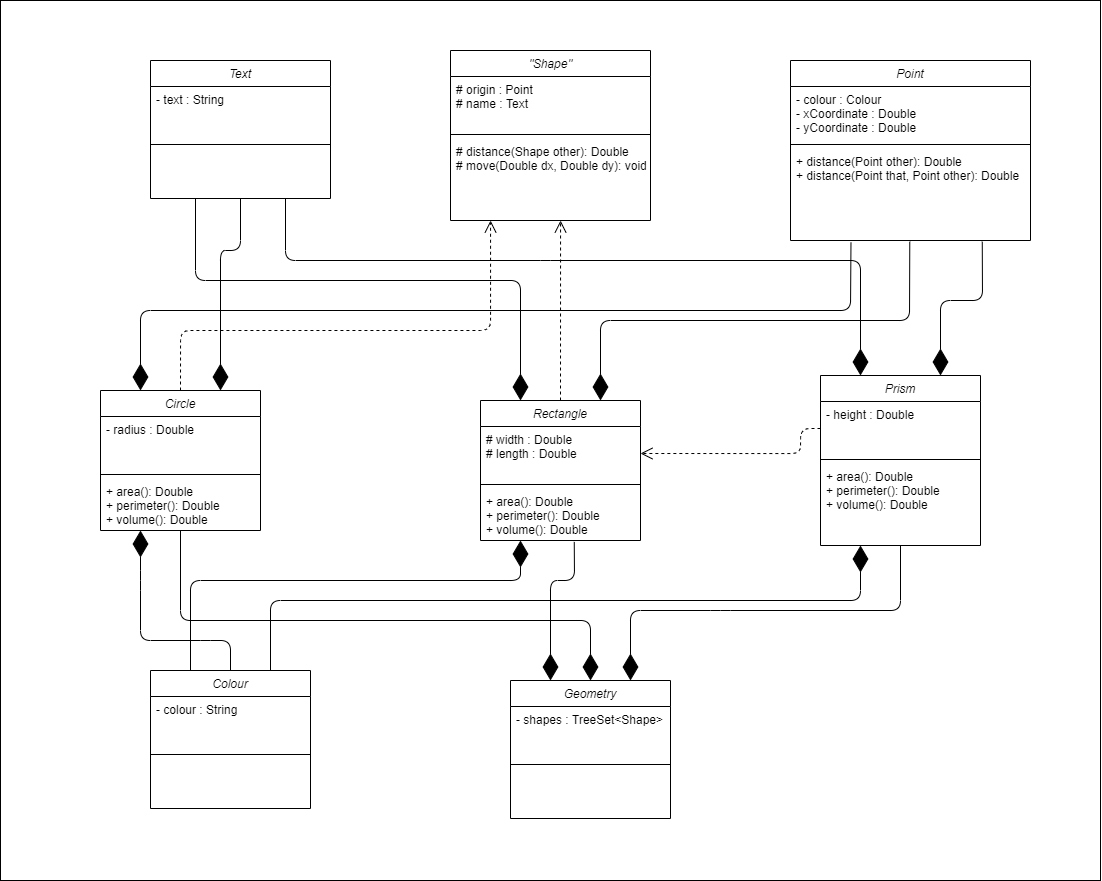
Above: assignment4/exercise1/UMLexercise1.png in TheJade/ENSF409 (draw.io), before the change. Source tidied: cells renumbered, new cells last; positions are measured from the earlier drawing's top-left corner, leaving out a move shared by most shapes. Its diagram source:
```xml
<mxGraphModel>
  <root>
    <mxCell id="0" />
    <mxCell id="1" parent="0" />
    <mxCell id="2" style="rounded=0;whiteSpace=wrap;html=1;" parent="1" vertex="1">
      <mxGeometry width="1100" height="880" as="geometry" />
    </mxCell>
    <mxCell id="3" value="Circle" style="swimlane;fontStyle=2;align=center;verticalAlign=top;horizontal=1;startSize=26;rounded=0;shadow=0;strokeWidth=1;" parent="1" vertex="1">
      <mxGeometry x="100" y="390" width="160" height="140" as="geometry" />
    </mxCell>
    <mxCell id="4" value="- radius : Double" style="text;align=left;verticalAlign=top;spacingLeft=4;spacingRight=4;overflow=hidden;" parent="3" vertex="1">
      <mxGeometry y="26" width="160" height="54" as="geometry" />
    </mxCell>
    <mxCell id="5" style="line;html=1;strokeWidth=1;align=left;verticalAlign=middle;spacingTop=-1;spacingLeft=3;spacingRight=3;labelPosition=right;" parent="3" vertex="1">
      <mxGeometry y="80" width="160" height="8" as="geometry" />
    </mxCell>
    <mxCell id="6" value="+ area(): Double&#10;+ perimeter(): Double&#10;+ volume(): Double&#10;" style="text;align=left;verticalAlign=top;spacingLeft=4;spacingRight=4;overflow=hidden;" parent="3" vertex="1">
      <mxGeometry y="88" width="160" height="52" as="geometry" />
    </mxCell>
    <mxCell id="7" value="Colour" style="swimlane;fontStyle=2;align=center;verticalAlign=top;horizontal=1;startSize=26;rounded=0;shadow=0;strokeWidth=1;" parent="1" vertex="1">
      <mxGeometry x="150" y="670" width="160" height="138" as="geometry" />
    </mxCell>
    <mxCell id="8" value="- colour : String" style="text;align=left;verticalAlign=top;spacingLeft=4;spacingRight=4;overflow=hidden;" parent="7" vertex="1">
      <mxGeometry y="26" width="160" height="54" as="geometry" />
    </mxCell>
    <mxCell id="9" style="line;html=1;strokeWidth=1;align=left;verticalAlign=middle;spacingTop=-1;spacingLeft=3;spacingRight=3;labelPosition=right;" parent="7" vertex="1">
      <mxGeometry y="80" width="160" height="8" as="geometry" />
    </mxCell>
    <mxCell id="10" value=" " style="text;align=left;verticalAlign=top;spacingLeft=4;spacingRight=4;overflow=hidden;" parent="7" vertex="1">
      <mxGeometry y="88" width="160" height="26" as="geometry" />
    </mxCell>
    <mxCell id="11" value="Geometry" style="swimlane;fontStyle=2;align=center;verticalAlign=top;horizontal=1;startSize=26;rounded=0;shadow=0;strokeWidth=1;" parent="1" vertex="1">
      <mxGeometry x="510" y="680" width="160" height="138" as="geometry" />
    </mxCell>
    <mxCell id="12" value="- shapes : TreeSet&lt;Shape&gt;" style="text;align=left;verticalAlign=top;spacingLeft=4;spacingRight=4;overflow=hidden;" parent="11" vertex="1">
      <mxGeometry y="26" width="160" height="54" as="geometry" />
    </mxCell>
    <mxCell id="13" style="line;html=1;strokeWidth=1;align=left;verticalAlign=middle;spacingTop=-1;spacingLeft=3;spacingRight=3;labelPosition=right;" parent="11" vertex="1">
      <mxGeometry y="80" width="160" height="8" as="geometry" />
    </mxCell>
    <mxCell id="14" value=" " style="text;align=left;verticalAlign=top;spacingLeft=4;spacingRight=4;overflow=hidden;" parent="11" vertex="1">
      <mxGeometry y="88" width="160" height="26" as="geometry" />
    </mxCell>
    <mxCell id="15" value="Point" style="swimlane;fontStyle=2;align=center;verticalAlign=top;horizontal=1;startSize=26;rounded=0;shadow=0;strokeWidth=1;" parent="1" vertex="1">
      <mxGeometry x="790" y="60" width="240" height="180" as="geometry" />
    </mxCell>
    <mxCell id="16" value="- colour : Colour&#10;- xCoordinate : Double&#10;- yCoordinate : Double" style="text;align=left;verticalAlign=top;spacingLeft=4;spacingRight=4;overflow=hidden;" parent="15" vertex="1">
      <mxGeometry y="26" width="240" height="54" as="geometry" />
    </mxCell>
    <mxCell id="17" style="line;html=1;strokeWidth=1;align=left;verticalAlign=middle;spacingTop=-1;spacingLeft=3;spacingRight=3;labelPosition=right;" parent="15" vertex="1">
      <mxGeometry y="80" width="240" height="8" as="geometry" />
    </mxCell>
    <mxCell id="18" value="+ distance(Point other): Double&#10;+ distance(Point that, Point other): Double&#10;" style="text;align=left;verticalAlign=top;spacingLeft=4;spacingRight=4;overflow=hidden;points=[[0,0.5],[1,0.5]];portConstraint=eastwest;" parent="15" vertex="1">
      <mxGeometry y="88" width="240" height="92" as="geometry" />
    </mxCell>
    <mxCell id="19" value="Prism" style="swimlane;fontStyle=2;align=center;verticalAlign=top;horizontal=1;startSize=26;rounded=0;shadow=0;strokeWidth=1;" parent="1" vertex="1">
      <mxGeometry x="820" y="375" width="160" height="170" as="geometry" />
    </mxCell>
    <mxCell id="20" value="- height : Double" style="text;align=left;verticalAlign=top;spacingLeft=4;spacingRight=4;overflow=hidden;points=[[0,0.5],[1,0.5]];portConstraint=eastwest;" parent="19" vertex="1">
      <mxGeometry y="26" width="160" height="54" as="geometry" />
    </mxCell>
    <mxCell id="21" style="line;html=1;strokeWidth=1;align=left;verticalAlign=middle;spacingTop=-1;spacingLeft=3;spacingRight=3;labelPosition=right;" parent="19" vertex="1">
      <mxGeometry y="80" width="160" height="8" as="geometry" />
    </mxCell>
    <mxCell id="22" value="+ area(): Double&#10;+ perimeter(): Double&#10;+ volume(): Double" style="text;align=left;verticalAlign=top;spacingLeft=4;spacingRight=4;overflow=hidden;" parent="19" vertex="1">
      <mxGeometry y="88" width="160" height="82" as="geometry" />
    </mxCell>
    <mxCell id="23" value="Rectangle" style="swimlane;fontStyle=2;align=center;verticalAlign=top;horizontal=1;startSize=26;rounded=0;shadow=0;strokeWidth=1;" parent="1" vertex="1">
      <mxGeometry x="480" y="400" width="160" height="140" as="geometry" />
    </mxCell>
    <mxCell id="24" value="# width : Double&#10;# length : Double" style="text;align=left;verticalAlign=top;spacingLeft=4;spacingRight=4;overflow=hidden;points=[[0,0.5],[1,0.5]];portConstraint=eastwest;" parent="23" vertex="1">
      <mxGeometry y="26" width="160" height="54" as="geometry" />
    </mxCell>
    <mxCell id="25" style="line;html=1;strokeWidth=1;align=left;verticalAlign=middle;spacingTop=-1;spacingLeft=3;spacingRight=3;labelPosition=right;" parent="23" vertex="1">
      <mxGeometry y="80" width="160" height="8" as="geometry" />
    </mxCell>
    <mxCell id="26" value="+ area(): Double&#10;+ perimeter(): Double&#10;+ volume(): Double&#10;" style="text;align=left;verticalAlign=top;spacingLeft=4;spacingRight=4;overflow=hidden;points=[[0,0.5],[1,0.5]];portConstraint=eastwest;" parent="23" vertex="1">
      <mxGeometry y="88" width="160" height="52" as="geometry" />
    </mxCell>
    <mxCell id="27" value="&quot;Shape&quot;" style="swimlane;fontStyle=2;align=center;verticalAlign=top;horizontal=1;startSize=26;rounded=0;shadow=0;strokeWidth=1;" parent="1" vertex="1">
      <mxGeometry x="450" y="50" width="200" height="170" as="geometry" />
    </mxCell>
    <mxCell id="28" value="# origin : Point&#10;# name : Text" style="text;align=left;verticalAlign=top;spacingLeft=4;spacingRight=4;overflow=hidden;" parent="27" vertex="1">
      <mxGeometry y="26" width="200" height="54" as="geometry" />
    </mxCell>
    <mxCell id="29" style="line;html=1;strokeWidth=1;align=left;verticalAlign=middle;spacingTop=-1;spacingLeft=3;spacingRight=3;labelPosition=right;" parent="27" vertex="1">
      <mxGeometry y="80" width="200" height="8" as="geometry" />
    </mxCell>
    <mxCell id="30" value="# distance(Shape other): Double&#10;# move(Double dx, Double dy): void" style="text;align=left;verticalAlign=top;spacingLeft=4;spacingRight=4;overflow=hidden;" parent="27" vertex="1">
      <mxGeometry y="88" width="200" height="82" as="geometry" />
    </mxCell>
    <mxCell id="31" value="Text" style="swimlane;fontStyle=2;align=center;verticalAlign=top;horizontal=1;startSize=26;rounded=0;shadow=0;strokeWidth=1;" parent="1" vertex="1">
      <mxGeometry x="150" y="60" width="180" height="138" as="geometry" />
    </mxCell>
    <mxCell id="32" value="- text : String" style="text;align=left;verticalAlign=top;spacingLeft=4;spacingRight=4;overflow=hidden;" parent="31" vertex="1">
      <mxGeometry y="26" width="180" height="54" as="geometry" />
    </mxCell>
    <mxCell id="33" style="line;html=1;strokeWidth=1;align=left;verticalAlign=middle;spacingTop=-1;spacingLeft=3;spacingRight=3;labelPosition=right;" parent="31" vertex="1">
      <mxGeometry y="80" width="180" height="8" as="geometry" />
    </mxCell>
    <mxCell id="34" style="endArrow=open;dashed=1;html=1;exitX=0.5;exitY=0;exitDx=0;exitDy=0;edgeStyle=orthogonalEdgeStyle;endFill=0;startSize=6;endSize=10;" parent="1" edge="1" source="23">
      <mxGeometry relative="1" as="geometry">
        <mxPoint x="560" y="220" as="targetPoint" />
        <Array as="points">
          <mxPoint x="560" y="220" />
        </Array>
      </mxGeometry>
    </mxCell>
    <mxCell id="35" style="endArrow=open;dashed=1;html=1;exitX=0.5;exitY=0;exitDx=0;exitDy=0;edgeStyle=orthogonalEdgeStyle;endFill=0;startSize=6;endSize=10;" parent="1" edge="1" source="3">
      <mxGeometry relative="1" as="geometry">
        <mxPoint x="490" y="220" as="targetPoint" />
        <Array as="points">
          <mxPoint x="180" y="330" />
          <mxPoint x="490" y="330" />
          <mxPoint x="490" y="220" />
        </Array>
      </mxGeometry>
    </mxCell>
    <mxCell id="36" style="endArrow=open;dashed=1;html=1;exitX=0;exitY=0.5;exitDx=0;exitDy=0;edgeStyle=orthogonalEdgeStyle;endFill=0;startSize=6;endSize=10;entryX=1;entryY=0.5;entryDx=0;entryDy=0;" parent="1" edge="1" source="20" target="24">
      <mxGeometry relative="1" as="geometry">
        <Array as="points">
          <mxPoint x="800" y="428" />
          <mxPoint x="800" y="453" />
        </Array>
      </mxGeometry>
    </mxCell>
    <mxCell id="37" style="endArrow=diamondThin;endFill=1;endSize=24;html=1;exitX=0.586;exitY=1.027;exitDx=0;exitDy=0;entryX=0.25;entryY=0;entryDx=0;entryDy=0;exitPerimeter=0;" parent="1" edge="1" source="26" target="11">
      <mxGeometry relative="1" as="geometry">
        <Array as="points">
          <mxPoint x="574" y="580" />
          <mxPoint x="550" y="580" />
        </Array>
      </mxGeometry>
    </mxCell>
    <mxCell id="38" style="endArrow=diamondThin;endFill=1;endSize=24;html=1;entryX=0.5;entryY=0;entryDx=0;entryDy=0;exitX=0.5;exitY=1;exitDx=0;exitDy=0;" parent="1" edge="1" source="3" target="11">
      <mxGeometry relative="1" as="geometry">
        <Array as="points">
          <mxPoint x="180" y="620" />
          <mxPoint x="590" y="620" />
        </Array>
      </mxGeometry>
    </mxCell>
    <mxCell id="39" style="endArrow=diamondThin;endFill=1;endSize=24;html=1;entryX=0.75;entryY=0;entryDx=0;entryDy=0;exitX=0.5;exitY=1;exitDx=0;exitDy=0;" parent="1" edge="1" source="19" target="11">
      <mxGeometry relative="1" as="geometry">
        <Array as="points">
          <mxPoint x="900" y="610" />
          <mxPoint x="720" y="610" />
          <mxPoint x="630" y="610" />
        </Array>
      </mxGeometry>
    </mxCell>
    <mxCell id="40" style="endArrow=diamondThin;endFill=1;endSize=24;html=1;entryX=0.25;entryY=1;entryDx=0;entryDy=0;exitX=0.25;exitY=0;exitDx=0;exitDy=0;" parent="1" edge="1" source="7" target="23">
      <mxGeometry relative="1" as="geometry">
        <Array as="points">
          <mxPoint x="190" y="580" />
          <mxPoint x="520" y="580" />
        </Array>
      </mxGeometry>
    </mxCell>
    <mxCell id="41" style="endArrow=diamondThin;endFill=1;endSize=24;html=1;entryX=0.25;entryY=1;entryDx=0;entryDy=0;exitX=0.5;exitY=0;exitDx=0;exitDy=0;" parent="1" edge="1" source="7" target="3">
      <mxGeometry relative="1" as="geometry">
        <Array as="points">
          <mxPoint x="230" y="640" />
          <mxPoint x="200" y="640" />
          <mxPoint x="140" y="640" />
          <mxPoint x="140" y="580" />
        </Array>
      </mxGeometry>
    </mxCell>
    <mxCell id="42" style="endArrow=diamondThin;endFill=1;endSize=24;html=1;entryX=0.25;entryY=1;entryDx=0;entryDy=0;exitX=0.75;exitY=0;exitDx=0;exitDy=0;" parent="1" edge="1" source="7" target="19">
      <mxGeometry relative="1" as="geometry">
        <Array as="points">
          <mxPoint x="270" y="600" />
          <mxPoint x="860" y="600" />
        </Array>
      </mxGeometry>
    </mxCell>
    <mxCell id="43" style="endArrow=diamondThin;endFill=1;endSize=24;html=1;entryX=0.75;entryY=0;entryDx=0;entryDy=0;startArrow=none;exitX=0.799;exitY=1.013;exitDx=0;exitDy=0;exitPerimeter=0;" parent="1" edge="1" source="18" target="19">
      <mxGeometry relative="1" as="geometry">
        <Array as="points">
          <mxPoint x="982" y="300" />
          <mxPoint x="940" y="300" />
        </Array>
      </mxGeometry>
    </mxCell>
    <mxCell id="44" style="endArrow=diamondThin;endFill=1;endSize=24;html=1;entryX=0.75;entryY=0;entryDx=0;entryDy=0;startArrow=none;exitX=0.5;exitY=1;exitDx=0;exitDy=0;" parent="1" edge="1" source="31" target="3">
      <mxGeometry relative="1" as="geometry">
        <Array as="points">
          <mxPoint x="240" y="250" />
          <mxPoint x="220" y="250" />
        </Array>
      </mxGeometry>
    </mxCell>
    <mxCell id="45" style="endArrow=diamondThin;endFill=1;endSize=24;html=1;entryX=0.75;entryY=0;entryDx=0;entryDy=0;exitX=0.497;exitY=1.013;exitDx=0;exitDy=0;startArrow=none;exitPerimeter=0;" parent="1" edge="1" source="18" target="23">
      <mxGeometry relative="1" as="geometry">
        <Array as="points">
          <mxPoint x="909" y="320" />
          <mxPoint x="600" y="320" />
        </Array>
      </mxGeometry>
    </mxCell>
    <mxCell id="46" style="endArrow=diamondThin;endFill=1;endSize=24;html=1;exitX=0.25;exitY=1;exitDx=0;exitDy=0;entryX=0.25;entryY=0;entryDx=0;entryDy=0;" parent="1" edge="1" source="31" target="23">
      <mxGeometry relative="1" as="geometry">
        <Array as="points">
          <mxPoint x="195" y="280" />
          <mxPoint x="520" y="280" />
        </Array>
      </mxGeometry>
    </mxCell>
    <mxCell id="47" style="endArrow=diamondThin;endFill=1;endSize=24;html=1;entryX=0.25;entryY=0;entryDx=0;entryDy=0;startArrow=none;exitX=0.252;exitY=1.023;exitDx=0;exitDy=0;exitPerimeter=0;" parent="1" edge="1" source="18" target="3">
      <mxGeometry relative="1" as="geometry">
        <Array as="points">
          <mxPoint x="850" y="310" />
          <mxPoint x="140" y="310" />
        </Array>
      </mxGeometry>
    </mxCell>
    <mxCell id="48" style="endArrow=diamondThin;endFill=1;endSize=24;html=1;exitX=0.75;exitY=1;exitDx=0;exitDy=0;entryX=0.25;entryY=0;entryDx=0;entryDy=0;startArrow=none;" parent="1" edge="1" source="31" target="19">
      <mxGeometry relative="1" as="geometry">
        <Array as="points">
          <mxPoint x="285" y="260" />
          <mxPoint x="550" y="260" />
          <mxPoint x="860" y="260" />
        </Array>
      </mxGeometry>
    </mxCell>
  </root>
</mxGraphModel>
```
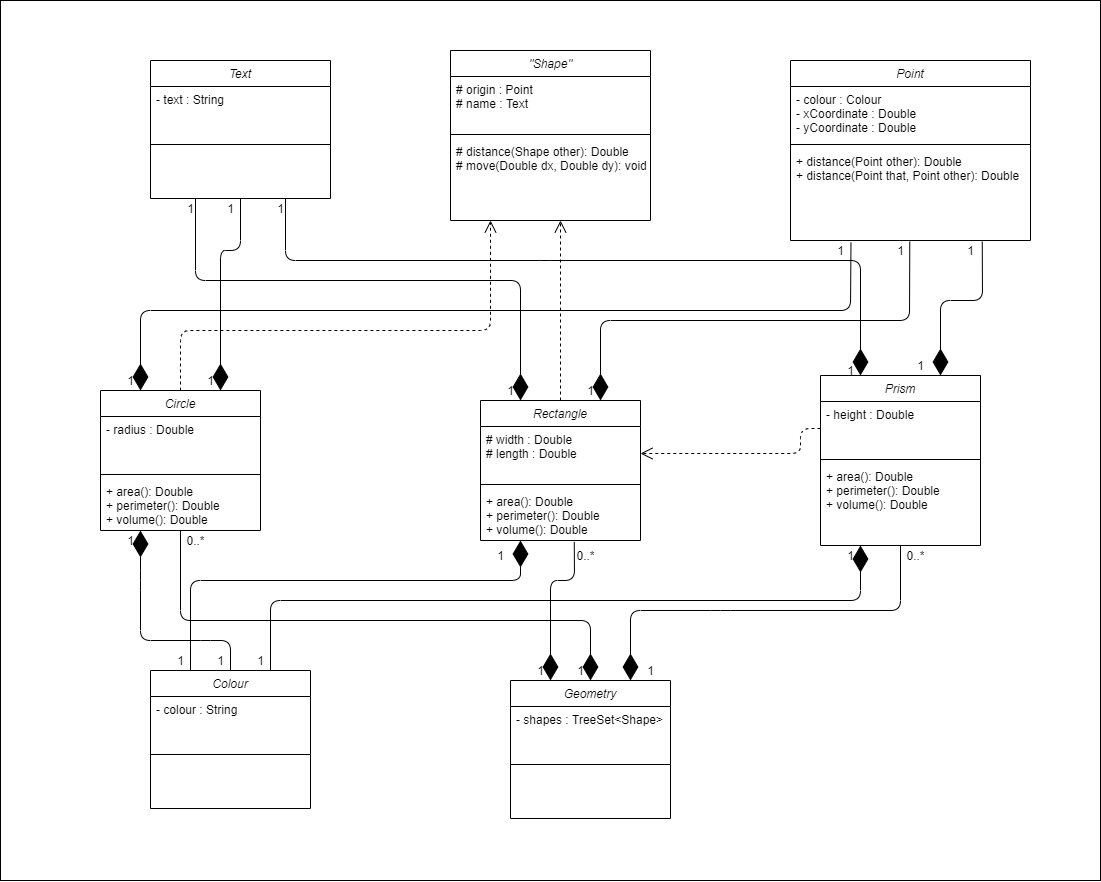
Later version of the same file.

Diff of the diagram source:
```diff
@@ -224,5 +224,77 @@
         </Array>
       </mxGeometry>
     </mxCell>
+    <mxCell id="49" value="1" style="text;html=1;align=center;verticalAlign=middle;strokeColor=none;" parent="1" vertex="1">
+      <mxGeometry x="180" y="198" width="20" height="20" as="geometry" />
+    </mxCell>
+    <mxCell id="50" value="1" style="text;html=1;align=center;verticalAlign=middle;strokeColor=none;" parent="1" vertex="1">
+      <mxGeometry x="220" y="198" width="20" height="20" as="geometry" />
+    </mxCell>
+    <mxCell id="51" value="1" style="text;html=1;align=center;verticalAlign=middle;strokeColor=none;" parent="1" vertex="1">
+      <mxGeometry x="270" y="198" width="20" height="20" as="geometry" />
+    </mxCell>
+    <mxCell id="52" value="1" style="text;html=1;align=center;verticalAlign=middle;strokeColor=none;" parent="1" vertex="1">
+      <mxGeometry x="890" y="240" width="20" height="20" as="geometry" />
+    </mxCell>
+    <mxCell id="53" value="1" style="text;html=1;align=center;verticalAlign=middle;strokeColor=none;" parent="1" vertex="1">
+      <mxGeometry x="960" y="240" width="20" height="20" as="geometry" />
+    </mxCell>
+    <mxCell id="54" value="1" style="text;html=1;align=center;verticalAlign=middle;strokeColor=none;" parent="1" vertex="1">
+      <mxGeometry x="830" y="240" width="20" height="20" as="geometry" />
+    </mxCell>
+    <mxCell id="55" value="1" style="text;html=1;align=center;verticalAlign=middle;strokeColor=none;" parent="1" vertex="1">
+      <mxGeometry x="210" y="650" width="20" height="20" as="geometry" />
+    </mxCell>
+    <mxCell id="56" value="1" style="text;html=1;align=center;verticalAlign=middle;strokeColor=none;" parent="1" vertex="1">
+      <mxGeometry x="170" y="650" width="20" height="20" as="geometry" />
+    </mxCell>
+    <mxCell id="57" value="1" style="text;html=1;align=center;verticalAlign=middle;strokeColor=none;" parent="1" vertex="1">
+      <mxGeometry x="250" y="650" width="20" height="20" as="geometry" />
+    </mxCell>
+    <mxCell id="58" value="1" style="text;html=1;align=center;verticalAlign=middle;strokeColor=none;" parent="1" vertex="1">
+      <mxGeometry x="120" y="370" width="20" height="20" as="geometry" />
+    </mxCell>
+    <mxCell id="59" value="1" style="text;html=1;align=center;verticalAlign=middle;strokeColor=none;" parent="1" vertex="1">
+      <mxGeometry x="200" y="370" width="20" height="20" as="geometry" />
+    </mxCell>
+    <mxCell id="60" value="1" style="text;html=1;align=center;verticalAlign=middle;strokeColor=none;" parent="1" vertex="1">
+      <mxGeometry x="500" y="380" width="20" height="20" as="geometry" />
+    </mxCell>
+    <mxCell id="61" value="1" style="text;html=1;align=center;verticalAlign=middle;strokeColor=none;" parent="1" vertex="1">
+      <mxGeometry x="580" y="380" width="20" height="20" as="geometry" />
+    </mxCell>
+    <mxCell id="62" value="1" style="text;html=1;align=center;verticalAlign=middle;strokeColor=none;" parent="1" vertex="1">
+      <mxGeometry x="840" y="360" width="20" height="20" as="geometry" />
+    </mxCell>
+    <mxCell id="63" value="1" style="text;html=1;align=center;verticalAlign=middle;strokeColor=none;" parent="1" vertex="1">
+      <mxGeometry x="910" y="355" width="20" height="20" as="geometry" />
+    </mxCell>
+    <mxCell id="64" value="1" style="text;html=1;align=center;verticalAlign=middle;strokeColor=none;" parent="1" vertex="1">
+      <mxGeometry x="840" y="545" width="20" height="20" as="geometry" />
+    </mxCell>
+    <mxCell id="65" value="1" style="text;html=1;align=center;verticalAlign=middle;strokeColor=none;" parent="1" vertex="1">
+      <mxGeometry x="120" y="530" width="20" height="20" as="geometry" />
+    </mxCell>
+    <mxCell id="66" value="1" style="text;html=1;align=center;verticalAlign=middle;strokeColor=none;" parent="1" vertex="1">
+      <mxGeometry x="490" y="545" width="20" height="20" as="geometry" />
+    </mxCell>
+    <mxCell id="67" value="1" style="text;html=1;align=center;verticalAlign=middle;strokeColor=none;" parent="1" vertex="1">
+      <mxGeometry x="530" y="660" width="20" height="20" as="geometry" />
+    </mxCell>
+    <mxCell id="68" value="1" style="text;html=1;align=center;verticalAlign=middle;strokeColor=none;" parent="1" vertex="1">
+      <mxGeometry x="570" y="660" width="20" height="20" as="geometry" />
+    </mxCell>
+    <mxCell id="69" value="1" style="text;html=1;align=center;verticalAlign=middle;strokeColor=none;" parent="1" vertex="1">
+      <mxGeometry x="640" y="660" width="20" height="20" as="geometry" />
+    </mxCell>
+    <mxCell id="70" value="0..*" style="text;html=1;align=center;verticalAlign=middle;strokeColor=none;" parent="1" vertex="1">
+      <mxGeometry x="180" y="530" width="30" height="20" as="geometry" />
+    </mxCell>
+    <mxCell id="71" value="0..*" style="text;html=1;align=center;verticalAlign=middle;strokeColor=none;" parent="1" vertex="1">
+      <mxGeometry x="570" y="545" width="30" height="20" as="geometry" />
+    </mxCell>
+    <mxCell id="72" value="0..*" style="text;html=1;align=center;verticalAlign=middle;strokeColor=none;" parent="1" vertex="1">
+      <mxGeometry x="900" y="545" width="30" height="20" as="geometry" />
+    </mxCell>
   </root>
 </mxGraphModel>
```
